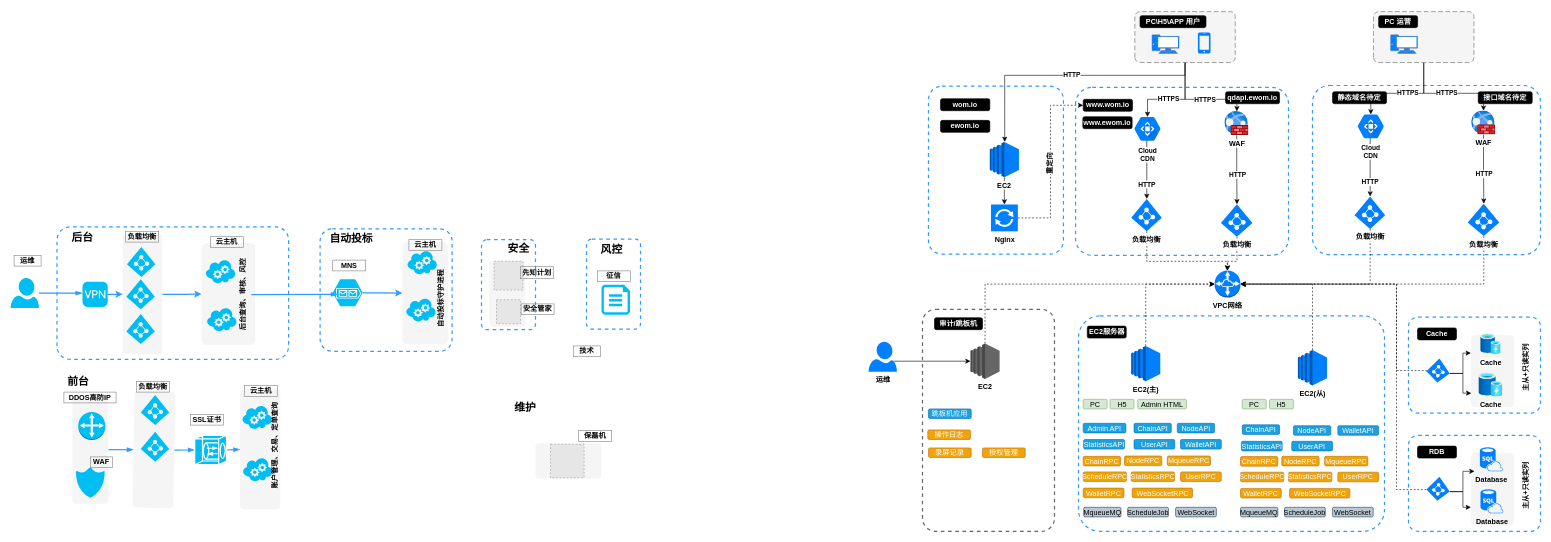
The draw.io diagram womnetstruct.drawio in yiuked/diagram, before the edit. Source tidied: cells renumbered, new cells numbered last; positions are measured from the earlier drawing's top-left corner, leaving out a move shared by most shapes. Both pictures are drawn from the tidied source at 60%, with x=0, y=0 at pixel (10, -13). Pictures stored in the file or linked from it are replaced by grey dashed boxes.
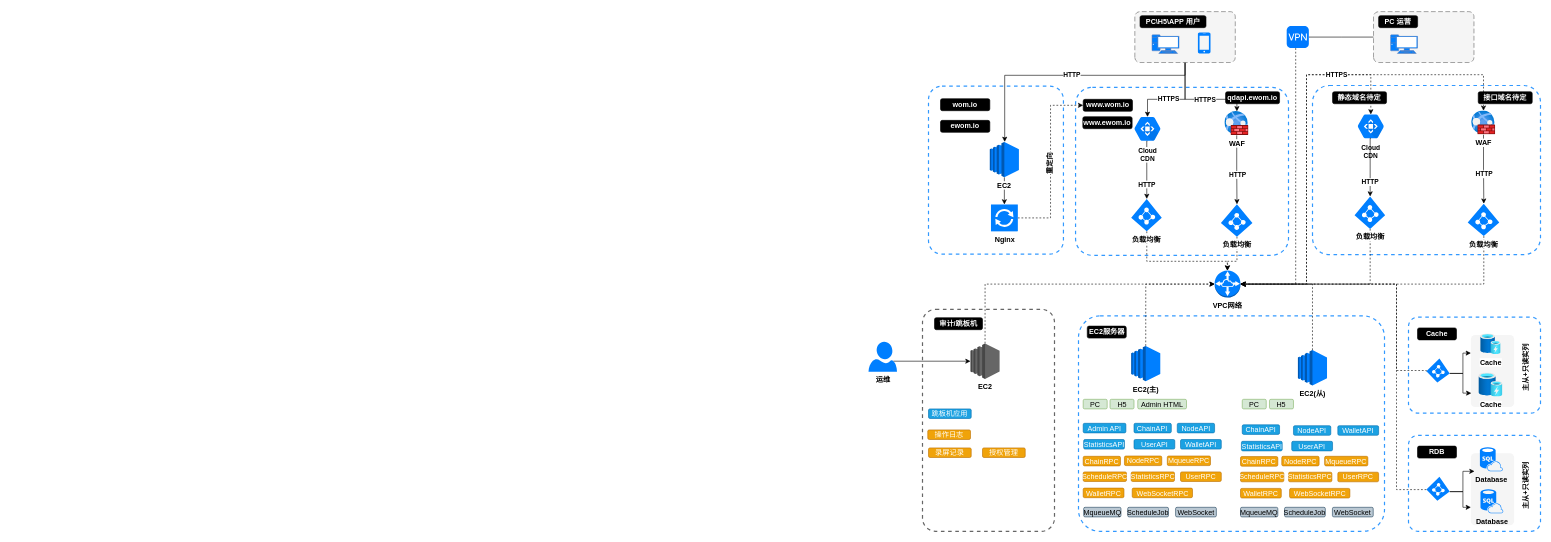
After the change.

Unchanged cells that the change refers to:
```xml
<mxCell id="8" style="rounded=1;arcSize=10;dashed=1;strokeColor=#666666;fillColor=#f5f5f5;dashPattern=8 4;strokeWidth=1;rotation=-90;" parent="1" vertex="1">
  <mxGeometry x="2313" y="-0.4" width="84.8" height="167.4" as="geometry" />
</mxCell>
<mxCell id="128" value="VPC网络" style="outlineConnect=0;dashed=0;verticalLabelPosition=bottom;verticalAlign=top;align=center;html=1;shape=mxgraph.aws3.vpc_peering;fillColor=#007FFF;gradientColor=none;rounded=1;shadow=0;labelBackgroundColor=default;labelBorderColor=none;fontColor=#000000;strokeColor=#666666;strokeWidth=1;fontStyle=1;" parent="1" vertex="1">
  <mxGeometry x="2006.9" y="472.5" width="43.1" height="45" as="geometry" />
</mxCell>
<mxCell id="175" value="&lt;b&gt;WAF&lt;/b&gt;" style="html=1;points=[];align=center;image;fontSize=12;image=img/lib/azure2/networking/Web_Application_Firewall_Policies_WAF.svg;rounded=1;shadow=0;labelBackgroundColor=default;labelBorderColor=none;fontColor=#000000;strokeColor=#666666;strokeWidth=1;fillColor=#007FFF;" parent="1" vertex="1">
  <mxGeometry x="2435" y="206" width="40" height="40" as="geometry" />
</mxCell>
```

What changed in the source:
```diff
@@
+    <mxCell id="183" value="&lt;font color=&quot;#000000&quot;&gt;Cloud&lt;br&gt;CDN&lt;/font&gt;" style="sketch=0;html=1;fillColor=#007FFF;strokeColor=none;verticalAlign=top;labelPosition=center;verticalLabelPosition=bottom;align=center;spacingTop=-6;fontSize=11;fontStyle=1;fontColor=#999999;shape=mxgraph.gcp2.hexIcon;prIcon=cloud_cdn;rounded=1;shadow=0;labelBackgroundColor=default;labelBorderColor=none;" parent="1" vertex="1">
+      <mxGeometry x="2234.2" y="202.9" width="66" height="58.5" as="geometry" />
+    </mxCell>
@@
-    <mxCell id="5" style="edgeStyle=orthogonalEdgeStyle;rounded=0;jettySize=auto;html=1;entryX=0.5;entryY=0.16;entryDx=0;entryDy=0;entryPerimeter=0;fontColor=#FFFFFF;" parent="1" edge="1" source="8" target="183">
-      <mxGeometry relative="1" as="geometry">
-        <Array as="points">
-          <mxPoint x="2355" y="177" />
-          <mxPoint x="2267" y="177" />
-        </Array>
-      </mxGeometry>
-    </mxCell>
-    <mxCell id="6" value="HTTPS" style="edgeLabel;html=1;align=center;verticalAlign=middle;fontColor=#000000;fontStyle=1;" parent="5" vertex="1">
-      <mxGeometry x="-0.11" y="-1" relative="1" as="geometry" />
-    </mxCell>
-    <mxCell id="7" value="HTTPS" style="edgeStyle=orthogonalEdgeStyle;rounded=0;jettySize=auto;html=1;exitX=0;exitY=0.5;exitDx=0;exitDy=0;fontColor=#000000;fontStyle=1;" parent="1" edge="1" source="8" target="175">
-      <mxGeometry relative="1" as="geometry">
-        <Array as="points">
-          <mxPoint x="2355" y="177" />
-          <mxPoint x="2455" y="177" />
-        </Array>
-      </mxGeometry>
-    </mxCell>
@@
-    <mxCell id="17" style="rounded=1;arcSize=10;dashed=1;strokeColor=none;fillColor=#f5f5f5;dashPattern=8 4;strokeWidth=2;rotation=0;" parent="1" vertex="1">
-      <mxGeometry x="875" y="760" width="110" height="59" as="geometry" />
-    </mxCell>
@@
-    <mxCell id="19" style="rounded=1;arcSize=10;dashed=1;strokeColor=#3399FF;fillColor=none;strokeWidth=2;rotation=-90;" parent="1" vertex="1">
-      <mxGeometry x="160" y="317" width="221" height="386" as="geometry" />
-    </mxCell>
-    <mxCell id="20" style="rounded=1;arcSize=10;dashed=1;strokeColor=#3399FF;fillColor=none;strokeWidth=2;" parent="1" vertex="1">
-      <mxGeometry x="960" y="420" width="90" height="150" as="geometry" />
-    </mxCell>
-    <mxCell id="21" style="rounded=1;arcSize=10;dashed=1;strokeColor=#3399FF;fillColor=none;strokeWidth=2;" parent="1" vertex="1">
-      <mxGeometry x="516" y="403" width="220" height="204" as="geometry" />
-    </mxCell>
@@
-    <mxCell id="23" style="rounded=1;arcSize=10;dashed=1;strokeColor=none;fillColor=#f5f5f5;dashPattern=8 4;strokeWidth=2;" parent="1" vertex="1">
-      <mxGeometry x="798" y="456" width="60" height="110" as="geometry" />
-    </mxCell>
-    <mxCell id="24" style="edgeStyle=orthogonalEdgeStyle;rounded=0;html=1;exitX=0.5;exitY=1;entryX=0.5;entryY=0;jettySize=auto;strokeColor=#3399FF;strokeWidth=2;" parent="1" edge="1" source="25" target="26">
-      <mxGeometry relative="1" as="geometry" />
-    </mxCell>
-    <mxCell id="25" style="rounded=1;arcSize=10;dashed=1;strokeColor=none;fillColor=#f5f5f5;dashPattern=8 4;strokeWidth=2;rotation=-90;" parent="1" vertex="1">
-      <mxGeometry x="120" y="479" width="200" height="66" as="geometry" />
-    </mxCell>
-    <mxCell id="26" style="rounded=1;arcSize=10;dashed=1;strokeColor=none;fillColor=#f5f5f5;dashPattern=8 4;strokeWidth=2;rotation=-90;" parent="1" vertex="1">
-      <mxGeometry x="278" y="467" width="170" height="89" as="geometry" />
-    </mxCell>
-    <mxCell id="27" style="rounded=1;arcSize=10;dashed=1;strokeColor=none;fillColor=#f5f5f5;dashPattern=8 4;strokeWidth=2;rotation=-90;" parent="1" vertex="1">
-      <mxGeometry x="606" y="472" width="170" height="76" as="geometry" />
-    </mxCell>
@@
-    <mxCell id="29" style="rounded=1;arcSize=10;dashed=1;strokeColor=none;fillColor=#f5f5f5;dashPattern=8 4;strokeWidth=2;rotation=-90;" parent="1" vertex="1">
-      <mxGeometry x="316" y="737" width="200" height="67" as="geometry" />
-    </mxCell>
-    <mxCell id="30" style="edgeStyle=none;rounded=0;html=1;exitX=0.5;exitY=1;startArrow=none;startFill=0;endArrow=blockThin;endFill=1;jettySize=auto;strokeColor=#3399FF;strokeWidth=2;fontColor=#00BEF2;" parent="1" edge="1" source="31" target="33">
-      <mxGeometry relative="1" as="geometry" />
-    </mxCell>
-    <mxCell id="31" style="rounded=1;arcSize=10;dashed=1;strokeColor=none;fillColor=#f5f5f5;dashPattern=8 4;strokeWidth=2;rotation=-90;" parent="1" vertex="1">
-      <mxGeometry x="43" y="741" width="180" height="60" as="geometry" />
-    </mxCell>
-    <mxCell id="32" style="edgeStyle=none;rounded=0;html=1;exitX=0.5;exitY=1;entryX=0;entryY=0.5;entryPerimeter=0;startArrow=none;startFill=0;endArrow=blockThin;endFill=1;jettySize=auto;strokeColor=#3399FF;strokeWidth=2;fontColor=#00BEF2;" parent="1" edge="1" source="33" target="76">
-      <mxGeometry relative="1" as="geometry" />
-    </mxCell>
-    <mxCell id="33" style="rounded=1;arcSize=10;dashed=1;strokeColor=none;fillColor=#f5f5f5;dashPattern=8 4;strokeWidth=2;rotation=-89;" parent="1" vertex="1">
-      <mxGeometry x="142" y="737" width="194" height="68" as="geometry" />
-    </mxCell>
@@
-    <mxCell id="36" style="verticalLabelPosition=bottom;html=1;verticalAlign=top;strokeColor=none;fillColor=#00BEF2;shape=mxgraph.azure.azure_active_directory;" parent="1" vertex="1">
-      <mxGeometry x="193" y="545" width="47.5" height="50" as="geometry" />
-    </mxCell>
-    <mxCell id="37" style="verticalLabelPosition=bottom;html=1;verticalAlign=top;strokeColor=none;fillColor=#00BEF2;shape=mxgraph.azure.azure_active_directory;" parent="1" vertex="1">
-      <mxGeometry x="194" y="433" width="47.5" height="50" as="geometry" />
-    </mxCell>
-    <mxCell id="38" style="verticalLabelPosition=bottom;html=1;verticalAlign=top;strokeColor=none;fillColor=#00BEF2;shape=mxgraph.azure.azure_active_directory;" parent="1" vertex="1">
-      <mxGeometry x="193" y="487" width="47.5" height="50" as="geometry" />
-    </mxCell>
-    <mxCell id="39" style="verticalLabelPosition=bottom;html=1;verticalAlign=top;strokeColor=none;fillColor=#00BEF2;shape=mxgraph.azure.cloud_service;" parent="1" vertex="1">
-      <mxGeometry x="386" y="697" width="50" height="40" as="geometry" />
-    </mxCell>
-    <mxCell id="40" style="verticalLabelPosition=bottom;html=1;verticalAlign=top;strokeColor=none;fillColor=#00BEF2;shape=mxgraph.azure.cloud_service;" parent="1" vertex="1">
-      <mxGeometry x="387" y="784" width="50" height="40" as="geometry" />
-    </mxCell>
-    <mxCell id="41" style="edgeStyle=none;rounded=0;html=1;exitX=0.5;exitY=1;entryX=0.16;entryY=0.556;entryPerimeter=0;startArrow=none;startFill=0;endArrow=blockThin;endFill=1;jettySize=auto;strokeColor=#3399FF;strokeWidth=2;fontColor=#00BEF2;" parent="1" edge="1" source="42" target="50">
-      <mxGeometry relative="1" as="geometry" />
-    </mxCell>
-    <mxCell id="42" value="&lt;b&gt;后台查询、审核、风控&lt;/b&gt;" style="text;html=1;strokeColor=none;fillColor=none;align=center;verticalAlign=middle;whiteSpace=wrap;rounded=0;rotation=-90;" parent="1" vertex="1">
-      <mxGeometry x="319" y="498" width="136" height="29" as="geometry" />
-    </mxCell>
-    <mxCell id="43" style="endArrow=none;dashed=1;html=1;strokeColor=#3399FF;strokeWidth=2;edgeStyle=orthogonalEdgeStyle;" parent="1" edge="1">
-      <mxGeometry relative="1" as="geometry">
-        <mxPoint x="273" y="717" as="sourcePoint" />
-        <mxPoint x="273" y="717" as="targetPoint" />
-      </mxGeometry>
-    </mxCell>
-    <mxCell id="44" value="&lt;b&gt;&lt;font style=&quot;font-size: 18px&quot;&gt;后台&lt;/font&gt;&lt;/b&gt;" style="text;html=1;strokeColor=none;fillColor=none;align=center;verticalAlign=middle;whiteSpace=wrap;rounded=0;rotation=0;" parent="1" vertex="1">
-      <mxGeometry x="100" y="407" width="40" height="20" as="geometry" />
-    </mxCell>
-    <mxCell id="45" value="&lt;b&gt;负载均衡&lt;/b&gt;" style="rounded=0;whiteSpace=wrap;html=1;strokeColor=#828282;fillColor=none;" parent="1" vertex="1">
-      <mxGeometry x="192" y="407" width="55" height="18" as="geometry" />
-    </mxCell>
-    <mxCell id="46" value="&lt;b&gt;云主机&lt;/b&gt;" style="rounded=0;whiteSpace=wrap;html=1;strokeColor=#828282;fillColor=none;" parent="1" vertex="1">
-      <mxGeometry x="333" y="416" width="55" height="18" as="geometry" />
-    </mxCell>
-    <mxCell id="47" value="&lt;b&gt;运维&lt;/b&gt;" style="rounded=0;whiteSpace=wrap;html=1;strokeColor=#828282;fillColor=none;" parent="1" vertex="1">
-      <mxGeometry x="6" y="447" width="45" height="18" as="geometry" />
-    </mxCell>
-    <mxCell id="48" value="&lt;b&gt;&lt;font style=&quot;font-size: 18px&quot;&gt;自动投标&lt;/font&gt;&lt;/b&gt;" style="text;html=1;strokeColor=none;fillColor=none;align=center;verticalAlign=middle;whiteSpace=wrap;rounded=0;" parent="1" vertex="1">
-      <mxGeometry x="523" y="410" width="90" height="20" as="geometry" />
-    </mxCell>
-    <mxCell id="49" style="edgeStyle=orthogonalEdgeStyle;rounded=0;html=1;entryX=0.5;entryY=0;jettySize=auto;strokeColor=#3399FF;strokeWidth=2;" parent="1" edge="1" source="50" target="27">
-      <mxGeometry relative="1" as="geometry" />
-    </mxCell>
-    <mxCell id="50" style="verticalLabelPosition=bottom;html=1;verticalAlign=top;strokeColor=none;fillColor=#00BEF2;shape=mxgraph.azure.storage_queue;" parent="1" vertex="1">
-      <mxGeometry x="537" y="487" width="50" height="45" as="geometry" />
-    </mxCell>
-    <mxCell id="51" value="&lt;b&gt;MNS&lt;/b&gt;" style="rounded=0;whiteSpace=wrap;html=1;strokeColor=#828282;fillColor=none;" parent="1" vertex="1">
-      <mxGeometry x="537" y="455" width="55" height="18" as="geometry" />
-    </mxCell>
-    <mxCell id="52" style="verticalLabelPosition=bottom;html=1;verticalAlign=top;strokeColor=none;fillColor=#00BEF2;shape=mxgraph.azure.cloud_service;" parent="1" vertex="1">
-      <mxGeometry x="659" y="518" width="50" height="40" as="geometry" />
-    </mxCell>
-    <mxCell id="53" style="verticalLabelPosition=bottom;html=1;verticalAlign=top;strokeColor=none;fillColor=#00BEF2;shape=mxgraph.azure.cloud_service;" parent="1" vertex="1">
-      <mxGeometry x="661" y="439" width="50" height="40" as="geometry" />
-    </mxCell>
-    <mxCell id="54" value="&lt;b&gt;云主机&lt;/b&gt;" style="rounded=0;whiteSpace=wrap;html=1;strokeColor=#828282;fillColor=none;" parent="1" vertex="1">
-      <mxGeometry x="664" y="421" width="55" height="18" as="geometry" />
-    </mxCell>
-    <mxCell id="55" style="verticalLabelPosition=bottom;html=1;verticalAlign=top;strokeColor=none;fillColor=#00BEF2;shape=mxgraph.azure.file;" parent="1" vertex="1">
-      <mxGeometry x="985" y="496" width="47.5" height="50" as="geometry" />
-    </mxCell>
-    <mxCell id="56" value="&lt;b&gt;征信&lt;/b&gt;" style="rounded=0;whiteSpace=wrap;html=1;strokeColor=#828282;fillColor=none;" parent="1" vertex="1">
-      <mxGeometry x="978" y="473" width="55" height="18" as="geometry" />
-    </mxCell>
-    <mxCell id="57" value="&lt;b&gt;自动投标守护进程&lt;/b&gt;" style="text;html=1;strokeColor=none;fillColor=none;align=center;verticalAlign=middle;whiteSpace=wrap;rounded=0;rotation=-90;" parent="1" vertex="1">
-      <mxGeometry x="650" y="509" width="136" height="20" as="geometry" />
-    </mxCell>
@@
-    <mxCell id="59" value="&lt;b&gt;&lt;font style=&quot;font-size: 18px&quot;&gt;风控&lt;/font&gt;&lt;/b&gt;" style="text;html=1;strokeColor=none;fillColor=none;align=center;verticalAlign=middle;whiteSpace=wrap;rounded=0;" parent="1" vertex="1">
-      <mxGeometry x="957" y="427" width="90" height="20" as="geometry" />
-    </mxCell>
-    <mxCell id="60" style="fillColor=#E6E6E6;strokeColor=#999999;dashed=1;html=1;verticalAlign=top;verticalLabelPosition=bottom;labelBackgroundColor=#ffffff;" parent="1" vertex="1">
-      <mxGeometry x="806" y="457" width="48" height="48" as="geometry" />
-    </mxCell>
-    <mxCell id="61" style="fillColor=#E6E6E6;strokeColor=#999999;dashed=1;html=1;verticalAlign=top;verticalLabelPosition=bottom;labelBackgroundColor=#ffffff;" parent="1" vertex="1">
-      <mxGeometry x="810" y="521" width="40" height="40" as="geometry" />
-    </mxCell>
-    <mxCell id="62" value="&lt;span style=&quot;font-size: 18px&quot;&gt;&lt;b&gt;安全&lt;/b&gt;&lt;/span&gt;" style="text;html=1;strokeColor=none;fillColor=none;align=center;verticalAlign=middle;whiteSpace=wrap;rounded=0;" parent="1" vertex="1">
-      <mxGeometry x="802" y="426" width="90" height="20" as="geometry" />
-    </mxCell>
-    <mxCell id="63" value="&lt;b&gt;先知计划&lt;/b&gt;" style="rounded=0;whiteSpace=wrap;html=1;strokeColor=#828282;fillColor=none;" parent="1" vertex="1">
-      <mxGeometry x="850" y="466" width="55" height="20" as="geometry" />
-    </mxCell>
-    <mxCell id="64" value="&lt;b&gt;安全管家&lt;/b&gt;" style="rounded=0;whiteSpace=wrap;html=1;strokeColor=#828282;fillColor=none;" parent="1" vertex="1">
-      <mxGeometry x="851" y="528" width="55" height="18" as="geometry" />
-    </mxCell>
-    <mxCell id="65" style="edgeStyle=orthogonalEdgeStyle;rounded=0;html=1;exitX=0.5;exitY=1;entryX=0.5;entryY=1;jettySize=auto;orthogonalLoop=1;strokeColor=#3399FF;strokeWidth=2;" parent="1" edge="1" source="63" target="63">
-      <mxGeometry relative="1" as="geometry" />
-    </mxCell>
-    <mxCell id="66" style="verticalLabelPosition=bottom;html=1;verticalAlign=top;strokeColor=none;fillColor=#00BEF2;shape=mxgraph.azure.cloud_service;" parent="1" vertex="1">
-      <mxGeometry x="327" y="534" width="50" height="40" as="geometry" />
-    </mxCell>
-    <mxCell id="67" style="verticalLabelPosition=bottom;html=1;verticalAlign=top;strokeColor=none;fillColor=#00BEF2;shape=mxgraph.azure.cloud_service;" parent="1" vertex="1">
-      <mxGeometry x="325" y="454" width="50" height="40" as="geometry" />
-    </mxCell>
-    <mxCell id="68" value="&lt;b&gt;账户管理、交易、定单查询&lt;/b&gt;" style="text;html=1;strokeColor=none;fillColor=none;align=center;verticalAlign=middle;whiteSpace=wrap;rounded=0;rotation=-90;" parent="1" vertex="1">
-      <mxGeometry x="366" y="754" width="150" height="20" as="geometry" />
-    </mxCell>
-    <mxCell id="69" value="&lt;b&gt;云主机&lt;/b&gt;" style="rounded=0;whiteSpace=wrap;html=1;strokeColor=#828282;fillColor=none;" parent="1" vertex="1">
-      <mxGeometry x="390" y="664" width="55" height="18" as="geometry" />
-    </mxCell>
-    <mxCell id="70" style="verticalLabelPosition=bottom;html=1;verticalAlign=top;strokeColor=none;fillColor=#00BEF2;shape=mxgraph.azure.azure_active_directory;" parent="1" vertex="1">
-      <mxGeometry x="217" y="680" width="47.5" height="50" as="geometry" />
-    </mxCell>
-    <mxCell id="71" style="verticalLabelPosition=bottom;html=1;verticalAlign=top;strokeColor=none;fillColor=#00BEF2;shape=mxgraph.azure.azure_active_directory;" parent="1" vertex="1">
-      <mxGeometry x="217" y="741" width="47.5" height="50" as="geometry" />
-    </mxCell>
@@
-    <mxCell id="74" value="&lt;b&gt;负载均衡&lt;/b&gt;" style="rounded=0;whiteSpace=wrap;html=1;strokeColor=#828282;fillColor=none;" parent="1" vertex="1">
-      <mxGeometry x="210" y="657" width="55" height="18" as="geometry" />
-    </mxCell>
-    <mxCell id="75" style="edgeStyle=none;rounded=0;html=1;exitX=1;exitY=0.5;exitPerimeter=0;entryX=0.5;entryY=0;startArrow=none;startFill=0;endArrow=blockThin;endFill=1;jettySize=auto;strokeColor=#3399FF;strokeWidth=2;fontColor=#00BEF2;" parent="1" edge="1" source="76" target="29">
-      <mxGeometry relative="1" as="geometry" />
-    </mxCell>
-    <mxCell id="76" style="shape=mxgraph.cisco.misc.ssl_terminator;html=1;dashed=0;fillColor=#00BEF2;strokeColor=#ffffff;strokeWidth=2;verticalLabelPosition=bottom;verticalAlign=top;" parent="1" vertex="1">
-      <mxGeometry x="307" y="747" width="53" height="49" as="geometry" />
-    </mxCell>
-    <mxCell id="77" value="&lt;b&gt;SSL证书&lt;/b&gt;" style="rounded=0;whiteSpace=wrap;html=1;strokeColor=#828282;fillColor=none;" parent="1" vertex="1">
-      <mxGeometry x="300" y="712" width="55" height="18" as="geometry" />
-    </mxCell>
-    <mxCell id="78" style="shadow=0;dashed=0;html=1;strokeColor=none;shape=mxgraph.mscae.intune.protection;fillColor=#00BEF2;" parent="1" vertex="1">
-      <mxGeometry x="109" y="801" width="48" height="50" as="geometry" />
-    </mxCell>
-    <mxCell id="79" style="dashed=0;html=1;shape=mxgraph.aws3.customer_gateway;fillColor=#00BEF2;gradientColor=none;strokeColor=#828282;" parent="1" vertex="1">
-      <mxGeometry x="113" y="708" width="45" height="47" as="geometry" />
-    </mxCell>
-    <mxCell id="80" value="&lt;b&gt;DDOS高防IP&lt;/b&gt;" style="rounded=0;whiteSpace=wrap;html=1;strokeColor=#828282;fillColor=none;" parent="1" vertex="1">
-      <mxGeometry x="89" y="675" width="87" height="18" as="geometry" />
-    </mxCell>
-    <mxCell id="81" style="edgeStyle=orthogonalEdgeStyle;rounded=0;html=1;exitX=0.25;exitY=0;entryX=0.25;entryY=0;jettySize=auto;orthogonalLoop=1;strokeColor=#3399FF;strokeWidth=2;" parent="1" edge="1" source="80" target="80">
-      <mxGeometry relative="1" as="geometry" />
-    </mxCell>
-    <mxCell id="82" value="&lt;b&gt;WAF&lt;/b&gt;" style="rounded=0;whiteSpace=wrap;html=1;strokeColor=#828282;fillColor=none;" parent="1" vertex="1">
-      <mxGeometry x="133" y="783" width="37" height="18" as="geometry" />
-    </mxCell>
-    <mxCell id="83" style="edgeStyle=orthogonalEdgeStyle;rounded=0;html=1;entryX=0.5;entryY=0;jettySize=auto;strokeColor=#3399FF;strokeWidth=2;" parent="1" edge="1" source="84" target="25">
-      <mxGeometry relative="1" as="geometry" />
-    </mxCell>
-    <mxCell id="84" style="html=1;strokeWidth=1;shadow=0;dashed=0;shape=mxgraph.ios7.misc.vpn;fillColor=#00BEF2;strokeColor=none;buttonText=;strokeColor2=#222222;fontColor=#222222;fontSize=8;verticalLabelPosition=bottom;verticalAlign=top;align=center;" parent="1" vertex="1">
-      <mxGeometry x="120" y="491" width="42" height="42" as="geometry" />
-    </mxCell>
@@
-    <mxCell id="88" value="&lt;b&gt;&lt;font style=&quot;font-size: 18px&quot;&gt;维护&lt;/font&gt;&lt;/b&gt;" style="text;html=1;strokeColor=none;fillColor=none;align=center;verticalAlign=middle;whiteSpace=wrap;rounded=0;" parent="1" vertex="1">
-      <mxGeometry x="830" y="691" width="56" height="20" as="geometry" />
-    </mxCell>
-    <mxCell id="89" style="fillColor=#E6E6E6;strokeColor=#999999;dashed=1;html=1;verticalAlign=top;verticalLabelPosition=bottom;labelBackgroundColor=#ffffff;fontColor=#00BEF2;" parent="1" vertex="1">
-      <mxGeometry x="900" y="762" width="56" height="56" as="geometry" />
-    </mxCell>
-    <mxCell id="90" value="&lt;b&gt;保磊机&lt;/b&gt;" style="rounded=0;whiteSpace=wrap;html=1;strokeColor=#828282;fillColor=none;" parent="1" vertex="1">
-      <mxGeometry x="947" y="739" width="55" height="18" as="geometry" />
-    </mxCell>
-    <mxCell id="91" style="edgeStyle=none;rounded=0;html=1;exitX=1;exitY=0.5;endArrow=none;endFill=0;jettySize=auto;orthogonalLoop=1;strokeColor=#3399FF;strokeWidth=2;fontColor=#00BEF2;" parent="1" edge="1" source="19" target="19">
-      <mxGeometry relative="1" as="geometry" />
-    </mxCell>
-    <mxCell id="92" value="&lt;b&gt;&lt;font style=&quot;font-size: 18px&quot;&gt;前台&lt;/font&gt;&lt;/b&gt;" style="text;html=1;strokeColor=none;fillColor=none;align=center;verticalAlign=middle;whiteSpace=wrap;rounded=0;" parent="1" vertex="1">
-      <mxGeometry x="93" y="647" width="40" height="20" as="geometry" />
-    </mxCell>
-    <mxCell id="93" style="rounded=1;arcSize=10;dashed=1;strokeColor=#3399FF;fillColor=none;strokeWidth=2;" parent="1" vertex="1">
-      <mxGeometry x="785" y="421" width="90" height="150" as="geometry" />
-    </mxCell>
@@
-    <mxCell id="95" style="edgeStyle=none;rounded=0;html=1;entryX=-0.012;entryY=0.452;entryPerimeter=0;startArrow=none;startFill=0;endArrow=blockThin;endFill=1;jettySize=auto;strokeColor=#3399FF;strokeWidth=2;fontColor=#00BEF2;" parent="1" edge="1" source="96" target="84">
-      <mxGeometry relative="1" as="geometry" />
-    </mxCell>
-    <mxCell id="96" style="verticalLabelPosition=bottom;html=1;verticalAlign=top;strokeColor=none;fillColor=#00BEF2;shape=mxgraph.azure.user;" parent="1" vertex="1">
-      <mxGeometry y="485" width="47.5" height="50" as="geometry" />
-    </mxCell>
-    <mxCell id="97" value="&lt;b&gt;技术&lt;/b&gt;" style="rounded=0;whiteSpace=wrap;html=1;strokeColor=#828282;fillColor=none;" parent="1" vertex="1">
-      <mxGeometry x="938" y="598" width="45" height="18" as="geometry" />
-    </mxCell>
@@
+    <mxCell id="196" style="edgeStyle=orthogonalEdgeStyle;rounded=0;jettySize=auto;html=1;exitX=1;exitY=0.5;exitDx=0;exitDy=0;exitPerimeter=0;entryX=0.5;entryY=0.16;entryDx=0;entryDy=0;entryPerimeter=0;dashed=1;fontColor=#FFFFFF;" parent="1" edge="1" source="128" target="183">
+      <mxGeometry relative="1" as="geometry">
+        <Array as="points">
+          <mxPoint x="2160" y="495" />
+          <mxPoint x="2160" y="146" />
+          <mxPoint x="2267" y="146" />
+        </Array>
+      </mxGeometry>
+    </mxCell>
@@
-    <mxCell id="183" value="&lt;font color=&quot;#000000&quot;&gt;Cloud&lt;br&gt;CDN&lt;/font&gt;" style="sketch=0;html=1;fillColor=#007FFF;strokeColor=none;verticalAlign=top;labelPosition=center;verticalLabelPosition=bottom;align=center;spacingTop=-6;fontSize=11;fontStyle=1;fontColor=#999999;shape=mxgraph.gcp2.hexIcon;prIcon=cloud_cdn;rounded=1;shadow=0;labelBackgroundColor=default;labelBorderColor=none;" parent="1" vertex="1">
-      <mxGeometry x="2234.2" y="202.9" width="66" height="58.5" as="geometry" />
-    </mxCell>
@@
+    <mxCell id="197" style="edgeStyle=orthogonalEdgeStyle;rounded=0;jettySize=auto;html=1;exitX=0.5;exitY=0;exitDx=0;exitDy=0;fontColor=#000000;fontStyle=1;endArrow=none;" parent="1" edge="1" source="8" target="199">
+      <mxGeometry relative="1" as="geometry" />
+    </mxCell>
+    <mxCell id="198" style="edgeStyle=orthogonalEdgeStyle;rounded=0;jettySize=auto;html=1;entryX=1;entryY=0.5;entryDx=0;entryDy=0;entryPerimeter=0;dashed=1;fontColor=#FFFFFF;" parent="1" edge="1" source="199" target="128">
+      <mxGeometry relative="1" as="geometry">
+        <Array as="points">
+          <mxPoint x="2142" y="495" />
+        </Array>
+      </mxGeometry>
+    </mxCell>
+    <mxCell id="199" style="html=1;strokeWidth=1;shadow=0;dashed=0;shape=mxgraph.ios7.misc.vpn;fillColor=#007AFF;strokeColor=none;buttonText=;strokeColor2=#222222;fontColor=#222222;fontSize=8;verticalLabelPosition=bottom;verticalAlign=top;align=center;sketch=0;labelBackgroundColor=default;" parent="1" vertex="1">
+      <mxGeometry x="2127" y="64.8" width="36.9" height="36.9" as="geometry" />
+    </mxCell>
+    <mxCell id="7" value="HTTPS" style="edgeStyle=orthogonalEdgeStyle;rounded=0;jettySize=auto;html=1;exitX=1;exitY=0.5;exitDx=0;exitDy=0;fontColor=#000000;fontStyle=1;startArrow=none;exitPerimeter=0;dashed=1;" parent="1" edge="1" source="128" target="175">
+      <mxGeometry x="0.25" relative="1" as="geometry">
+        <Array as="points">
+          <mxPoint x="2160" y="495" />
+          <mxPoint x="2160" y="146" />
+          <mxPoint x="2455" y="146" />
+        </Array>
+      </mxGeometry>
+    </mxCell>
```
